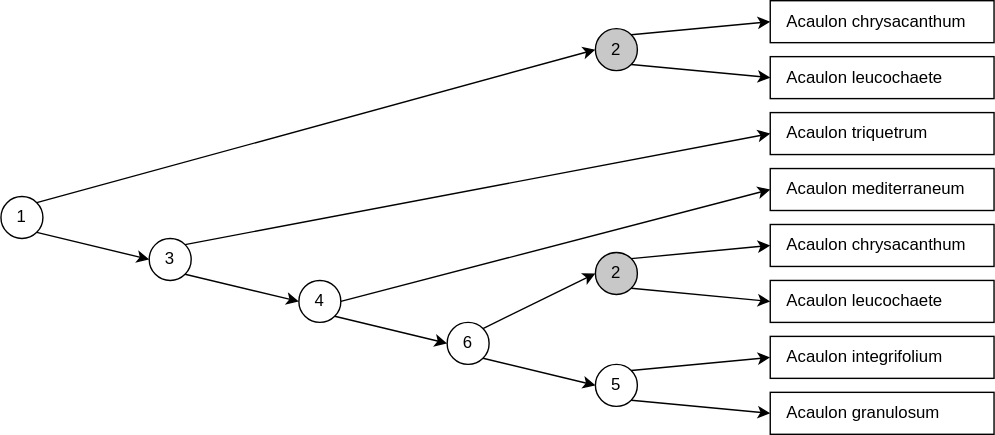
Above: docs/media/decision-tree-reticulation-resolved.drawio.svg in rbgvictoria/keybase_model (draw.io), before the change. Source tidied: cells renumbered, new cells last; positions are measured from the earlier drawing's top-left corner, leaving out a move shared by most shapes. The source it was exported from:
```xml
<mxGraphModel>
  <root>
    <mxCell id="0" />
    <mxCell id="1" parent="0" />
    <mxCell id="2" value="1" style="ellipse;whiteSpace=wrap;html=1;" parent="1" vertex="1">
      <mxGeometry y="140" width="30" height="30" as="geometry" />
    </mxCell>
    <mxCell id="3" value="Acaulon chrysacanthum" style="rounded=0;whiteSpace=wrap;html=1;align=left;spacingLeft=10;strokeColor=default;fillColor=none;" parent="1" vertex="1">
      <mxGeometry x="550" width="160" height="30" as="geometry" />
    </mxCell>
    <mxCell id="4" value="Acaulon leucochaete" style="rounded=0;whiteSpace=wrap;html=1;align=left;spacingLeft=10;strokeColor=default;fillColor=none;" parent="1" vertex="1">
      <mxGeometry x="550" y="40" width="160" height="30" as="geometry" />
    </mxCell>
    <mxCell id="5" value="Acaulon triquetrum" style="rounded=0;whiteSpace=wrap;html=1;align=left;spacingLeft=10;strokeColor=default;fillColor=none;" parent="1" vertex="1">
      <mxGeometry x="550" y="80" width="160" height="30" as="geometry" />
    </mxCell>
    <mxCell id="6" value="Acaulon mediterraneum" style="rounded=0;whiteSpace=wrap;html=1;align=left;spacingLeft=10;strokeColor=default;fillColor=none;" parent="1" vertex="1">
      <mxGeometry x="550" y="120" width="160" height="30" as="geometry" />
    </mxCell>
    <mxCell id="7" value="Acaulon integrifolium" style="rounded=0;whiteSpace=wrap;html=1;align=left;spacingLeft=10;strokeColor=default;fillColor=none;" parent="1" vertex="1">
      <mxGeometry x="550" y="240" width="160" height="30" as="geometry" />
    </mxCell>
    <mxCell id="8" value="Acaulon granulosum" style="rounded=0;whiteSpace=wrap;html=1;align=left;spacingLeft=10;strokeColor=default;fillColor=none;" parent="1" vertex="1">
      <mxGeometry x="550" y="280" width="160" height="30" as="geometry" />
    </mxCell>
    <mxCell id="9" value="2" style="ellipse;whiteSpace=wrap;html=1;fillColor=light-dark(#c8c8c8, #ededed);" parent="1" vertex="1">
      <mxGeometry x="425" y="20" width="30" height="30" as="geometry" />
    </mxCell>
    <mxCell id="10" value="3" style="ellipse;whiteSpace=wrap;html=1;" parent="1" vertex="1">
      <mxGeometry x="106" y="170" width="30" height="30" as="geometry" />
    </mxCell>
    <mxCell id="11" value="4" style="ellipse;whiteSpace=wrap;html=1;" parent="1" vertex="1">
      <mxGeometry x="213" y="200" width="30" height="30" as="geometry" />
    </mxCell>
    <mxCell id="12" value="5" style="ellipse;whiteSpace=wrap;html=1;" parent="1" vertex="1">
      <mxGeometry x="425" y="260" width="30" height="30" as="geometry" />
    </mxCell>
    <mxCell id="13" style="endArrow=classic;html=1;rounded=0;exitX=1;exitY=0;exitDx=0;exitDy=0;entryX=0;entryY=0.5;entryDx=0;entryDy=0;" parent="1" edge="1" source="9" target="3">
      <mxGeometry relative="1" as="geometry" />
    </mxCell>
    <mxCell id="14" style="endArrow=classic;html=1;rounded=0;exitX=1;exitY=0;exitDx=0;exitDy=0;entryX=0;entryY=0.5;entryDx=0;entryDy=0;" parent="1" edge="1" source="2" target="9">
      <mxGeometry relative="1" as="geometry" />
    </mxCell>
    <mxCell id="15" style="endArrow=classic;html=1;rounded=0;exitX=1;exitY=1;exitDx=0;exitDy=0;entryX=0;entryY=0.5;entryDx=0;entryDy=0;" parent="1" edge="1" source="2" target="10">
      <mxGeometry relative="1" as="geometry" />
    </mxCell>
    <mxCell id="16" style="endArrow=classic;html=1;rounded=0;exitX=1;exitY=1;exitDx=0;exitDy=0;entryX=0;entryY=0.5;entryDx=0;entryDy=0;" parent="1" edge="1" source="9" target="4">
      <mxGeometry relative="1" as="geometry" />
    </mxCell>
    <mxCell id="17" style="endArrow=classic;html=1;rounded=0;exitX=1;exitY=1;exitDx=0;exitDy=0;entryX=0;entryY=0.5;entryDx=0;entryDy=0;" parent="1" edge="1" source="10" target="11">
      <mxGeometry relative="1" as="geometry" />
    </mxCell>
    <mxCell id="18" style="endArrow=classic;html=1;rounded=0;exitX=1;exitY=0;exitDx=0;exitDy=0;entryX=0;entryY=0.5;entryDx=0;entryDy=0;" parent="1" edge="1" source="23" target="26">
      <mxGeometry relative="1" as="geometry" />
    </mxCell>
    <mxCell id="19" style="endArrow=classic;html=1;rounded=0;exitX=1;exitY=0;exitDx=0;exitDy=0;entryX=0;entryY=0.5;entryDx=0;entryDy=0;entryPerimeter=0;" parent="1" edge="1" source="10" target="5">
      <mxGeometry relative="1" as="geometry" />
    </mxCell>
    <mxCell id="20" style="endArrow=classic;html=1;rounded=0;exitX=1;exitY=1;exitDx=0;exitDy=0;entryX=0;entryY=0.5;entryDx=0;entryDy=0;" parent="1" edge="1" source="23" target="12">
      <mxGeometry relative="1" as="geometry" />
    </mxCell>
    <mxCell id="21" style="endArrow=classic;html=1;rounded=0;exitX=1;exitY=0;exitDx=0;exitDy=0;entryX=0;entryY=0.5;entryDx=0;entryDy=0;" parent="1" edge="1" source="12" target="7">
      <mxGeometry relative="1" as="geometry" />
    </mxCell>
    <mxCell id="22" style="endArrow=classic;html=1;rounded=0;exitX=1;exitY=1;exitDx=0;exitDy=0;entryX=0;entryY=0.5;entryDx=0;entryDy=0;" parent="1" edge="1" source="12" target="8">
      <mxGeometry relative="1" as="geometry" />
    </mxCell>
    <mxCell id="23" value="6" style="ellipse;whiteSpace=wrap;html=1;" parent="1" vertex="1">
      <mxGeometry x="319" y="230" width="30" height="30" as="geometry" />
    </mxCell>
    <mxCell id="24" style="endArrow=classic;html=1;rounded=0;exitX=1;exitY=1;exitDx=0;exitDy=0;entryX=0;entryY=0.5;entryDx=0;entryDy=0;" parent="1" edge="1" source="11" target="23">
      <mxGeometry relative="1" as="geometry" />
    </mxCell>
    <mxCell id="25" style="endArrow=classic;html=1;rounded=0;exitX=1;exitY=0.5;exitDx=0;exitDy=0;entryX=0;entryY=0.5;entryDx=0;entryDy=0;" parent="1" edge="1" source="11" target="6">
      <mxGeometry relative="1" as="geometry" />
    </mxCell>
    <mxCell id="26" value="2" style="ellipse;whiteSpace=wrap;html=1;fillColor=light-dark(#c8c8c8, #ededed);" parent="1" vertex="1">
      <mxGeometry x="425" y="180" width="30" height="30" as="geometry" />
    </mxCell>
    <mxCell id="27" value="Acaulon chrysacanthum" style="rounded=0;whiteSpace=wrap;html=1;align=left;spacingLeft=10;strokeColor=default;fillColor=none;" parent="1" vertex="1">
      <mxGeometry x="550" y="160" width="160" height="30" as="geometry" />
    </mxCell>
    <mxCell id="28" value="Acaulon leucochaete" style="rounded=0;whiteSpace=wrap;html=1;align=left;spacingLeft=10;strokeColor=default;fillColor=none;" parent="1" vertex="1">
      <mxGeometry x="550" y="200" width="160" height="30" as="geometry" />
    </mxCell>
    <mxCell id="29" style="endArrow=classic;html=1;rounded=0;exitX=1;exitY=1;exitDx=0;exitDy=0;entryX=0;entryY=0.5;entryDx=0;entryDy=0;" parent="1" edge="1" source="26" target="28">
      <mxGeometry relative="1" as="geometry" />
    </mxCell>
    <mxCell id="30" style="endArrow=classic;html=1;rounded=0;exitX=1;exitY=0;exitDx=0;exitDy=0;entryX=0;entryY=0.5;entryDx=0;entryDy=0;" parent="1" edge="1" source="26" target="27">
      <mxGeometry relative="1" as="geometry" />
    </mxCell>
  </root>
</mxGraphModel>
```
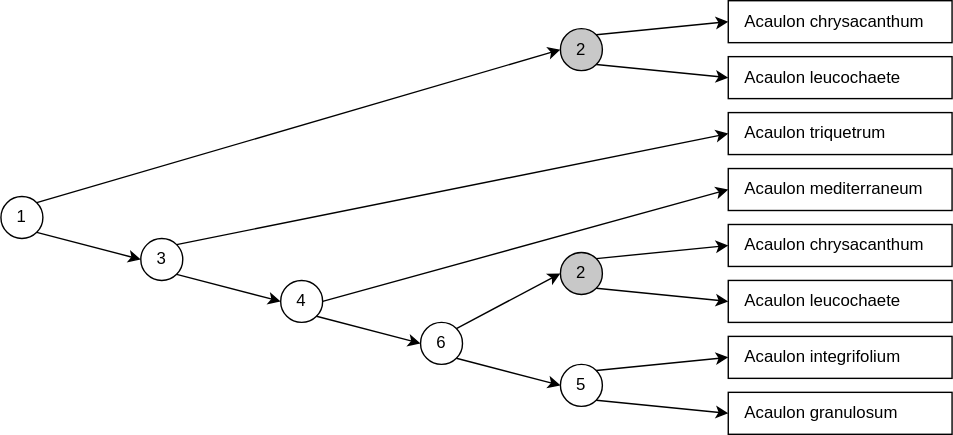
Above is the later version.

Commit message:
replace decision tree diagrams

The edit, as a diff of the source:
```diff
@@ -3,56 +3,56 @@
     <mxCell id="0" />
     <mxCell id="1" parent="0" />
     <mxCell id="2" value="1" style="ellipse;whiteSpace=wrap;html=1;" parent="1" vertex="1">
-      <mxGeometry y="140" width="30" height="30" as="geometry" />
+      <mxGeometry x="-790" y="250" width="30" height="30" as="geometry" />
     </mxCell>
-    <mxCell id="3" value="Acaulon chrysacanthum" style="rounded=0;whiteSpace=wrap;html=1;align=left;spacingLeft=10;strokeColor=default;fillColor=none;" parent="1" vertex="1">
-      <mxGeometry x="550" width="160" height="30" as="geometry" />
-    </mxCell>
-    <mxCell id="4" value="Acaulon leucochaete" style="rounded=0;whiteSpace=wrap;html=1;align=left;spacingLeft=10;strokeColor=default;fillColor=none;" parent="1" vertex="1">
-      <mxGeometry x="550" y="40" width="160" height="30" as="geometry" />
-    </mxCell>
+    <mxCell id="31" value="Acaulon chrysacanthum" style="rounded=0;whiteSpace=wrap;html=1;align=left;spacingLeft=10;strokeColor=default;fillColor=none;" parent="1" vertex="1">
+      <mxGeometry x="-270" y="110" width="160" height="30" as="geometry" />
+    </mxCell>
+    <mxCell id="32" value="Acaulon leucochaete" style="rounded=0;whiteSpace=wrap;html=1;align=left;spacingLeft=10;strokeColor=default;fillColor=none;" parent="1" vertex="1">
+      <mxGeometry x="-270" y="150" width="160" height="30" as="geometry" />
+    </mxCell>
     <mxCell id="5" value="Acaulon triquetrum" style="rounded=0;whiteSpace=wrap;html=1;align=left;spacingLeft=10;strokeColor=default;fillColor=none;" parent="1" vertex="1">
-      <mxGeometry x="550" y="80" width="160" height="30" as="geometry" />
+      <mxGeometry x="-270" y="190" width="160" height="30" as="geometry" />
     </mxCell>
     <mxCell id="6" value="Acaulon mediterraneum" style="rounded=0;whiteSpace=wrap;html=1;align=left;spacingLeft=10;strokeColor=default;fillColor=none;" parent="1" vertex="1">
-      <mxGeometry x="550" y="120" width="160" height="30" as="geometry" />
+      <mxGeometry x="-270" y="230" width="160" height="30" as="geometry" />
     </mxCell>
     <mxCell id="7" value="Acaulon integrifolium" style="rounded=0;whiteSpace=wrap;html=1;align=left;spacingLeft=10;strokeColor=default;fillColor=none;" parent="1" vertex="1">
-      <mxGeometry x="550" y="240" width="160" height="30" as="geometry" />
+      <mxGeometry x="-270" y="350" width="160" height="30" as="geometry" />
     </mxCell>
     <mxCell id="8" value="Acaulon granulosum" style="rounded=0;whiteSpace=wrap;html=1;align=left;spacingLeft=10;strokeColor=default;fillColor=none;" parent="1" vertex="1">
-      <mxGeometry x="550" y="280" width="160" height="30" as="geometry" />
+      <mxGeometry x="-270" y="390" width="160" height="30" as="geometry" />
     </mxCell>
-    <mxCell id="9" value="2" style="ellipse;whiteSpace=wrap;html=1;fillColor=light-dark(#c8c8c8, #ededed);" parent="1" vertex="1">
-      <mxGeometry x="425" y="20" width="30" height="30" as="geometry" />
-    </mxCell>
+    <mxCell id="33" value="2" style="ellipse;whiteSpace=wrap;html=1;fillColor=light-dark(#c8c8c8, #ededed);" parent="1" vertex="1">
+      <mxGeometry x="-390" y="130" width="30" height="30" as="geometry" />
+    </mxCell>
     <mxCell id="10" value="3" style="ellipse;whiteSpace=wrap;html=1;" parent="1" vertex="1">
-      <mxGeometry x="106" y="170" width="30" height="30" as="geometry" />
+      <mxGeometry x="-690" y="280" width="30" height="30" as="geometry" />
     </mxCell>
     <mxCell id="11" value="4" style="ellipse;whiteSpace=wrap;html=1;" parent="1" vertex="1">
-      <mxGeometry x="213" y="200" width="30" height="30" as="geometry" />
+      <mxGeometry x="-590" y="310" width="30" height="30" as="geometry" />
     </mxCell>
     <mxCell id="12" value="5" style="ellipse;whiteSpace=wrap;html=1;" parent="1" vertex="1">
-      <mxGeometry x="425" y="260" width="30" height="30" as="geometry" />
+      <mxGeometry x="-390" y="370" width="30" height="30" as="geometry" />
     </mxCell>
-    <mxCell id="13" style="endArrow=classic;html=1;rounded=0;exitX=1;exitY=0;exitDx=0;exitDy=0;entryX=0;entryY=0.5;entryDx=0;entryDy=0;" parent="1" edge="1" source="9" target="3">
-      <mxGeometry relative="1" as="geometry" />
-    </mxCell>
-    <mxCell id="14" style="endArrow=classic;html=1;rounded=0;exitX=1;exitY=0;exitDx=0;exitDy=0;entryX=0;entryY=0.5;entryDx=0;entryDy=0;" parent="1" edge="1" source="2" target="9">
-      <mxGeometry relative="1" as="geometry" />
-    </mxCell>
+    <mxCell id="34" style="endArrow=classic;html=1;rounded=0;exitX=1;exitY=0;exitDx=0;exitDy=0;entryX=0;entryY=0.5;entryDx=0;entryDy=0;" parent="1" edge="1" source="33" target="31">
+      <mxGeometry relative="1" as="geometry" />
+    </mxCell>
+    <mxCell id="35" style="endArrow=classic;html=1;rounded=0;exitX=1;exitY=0;exitDx=0;exitDy=0;entryX=0;entryY=0.5;entryDx=0;entryDy=0;" parent="1" edge="1" source="2" target="33">
+      <mxGeometry relative="1" as="geometry" />
+    </mxCell>
     <mxCell id="15" style="endArrow=classic;html=1;rounded=0;exitX=1;exitY=1;exitDx=0;exitDy=0;entryX=0;entryY=0.5;entryDx=0;entryDy=0;" parent="1" edge="1" source="2" target="10">
       <mxGeometry relative="1" as="geometry" />
     </mxCell>
-    <mxCell id="16" style="endArrow=classic;html=1;rounded=0;exitX=1;exitY=1;exitDx=0;exitDy=0;entryX=0;entryY=0.5;entryDx=0;entryDy=0;" parent="1" edge="1" source="9" target="4">
-      <mxGeometry relative="1" as="geometry" />
-    </mxCell>
+    <mxCell id="36" style="endArrow=classic;html=1;rounded=0;exitX=1;exitY=1;exitDx=0;exitDy=0;entryX=0;entryY=0.5;entryDx=0;entryDy=0;" parent="1" edge="1" source="33" target="32">
+      <mxGeometry relative="1" as="geometry" />
+    </mxCell>
     <mxCell id="17" style="endArrow=classic;html=1;rounded=0;exitX=1;exitY=1;exitDx=0;exitDy=0;entryX=0;entryY=0.5;entryDx=0;entryDy=0;" parent="1" edge="1" source="10" target="11">
       <mxGeometry relative="1" as="geometry" />
     </mxCell>
-    <mxCell id="18" style="endArrow=classic;html=1;rounded=0;exitX=1;exitY=0;exitDx=0;exitDy=0;entryX=0;entryY=0.5;entryDx=0;entryDy=0;" parent="1" edge="1" source="23" target="26">
-      <mxGeometry relative="1" as="geometry" />
-    </mxCell>
+    <mxCell id="37" style="endArrow=classic;html=1;rounded=0;exitX=1;exitY=0;exitDx=0;exitDy=0;entryX=0;entryY=0.5;entryDx=0;entryDy=0;" parent="1" edge="1" source="23" target="38">
+      <mxGeometry relative="1" as="geometry" />
+    </mxCell>
     <mxCell id="19" style="endArrow=classic;html=1;rounded=0;exitX=1;exitY=0;exitDx=0;exitDy=0;entryX=0;entryY=0.5;entryDx=0;entryDy=0;entryPerimeter=0;" parent="1" edge="1" source="10" target="5">
       <mxGeometry relative="1" as="geometry" />
     </mxCell>
@@ -66,7 +66,7 @@
       <mxGeometry relative="1" as="geometry" />
     </mxCell>
     <mxCell id="23" value="6" style="ellipse;whiteSpace=wrap;html=1;" parent="1" vertex="1">
-      <mxGeometry x="319" y="230" width="30" height="30" as="geometry" />
+      <mxGeometry x="-490" y="340" width="30" height="30" as="geometry" />
     </mxCell>
     <mxCell id="24" style="endArrow=classic;html=1;rounded=0;exitX=1;exitY=1;exitDx=0;exitDy=0;entryX=0;entryY=0.5;entryDx=0;entryDy=0;" parent="1" edge="1" source="11" target="23">
       <mxGeometry relative="1" as="geometry" />
@@ -74,20 +74,20 @@
     <mxCell id="25" style="endArrow=classic;html=1;rounded=0;exitX=1;exitY=0.5;exitDx=0;exitDy=0;entryX=0;entryY=0.5;entryDx=0;entryDy=0;" parent="1" edge="1" source="11" target="6">
       <mxGeometry relative="1" as="geometry" />
     </mxCell>
-    <mxCell id="26" value="2" style="ellipse;whiteSpace=wrap;html=1;fillColor=light-dark(#c8c8c8, #ededed);" parent="1" vertex="1">
-      <mxGeometry x="425" y="180" width="30" height="30" as="geometry" />
-    </mxCell>
-    <mxCell id="27" value="Acaulon chrysacanthum" style="rounded=0;whiteSpace=wrap;html=1;align=left;spacingLeft=10;strokeColor=default;fillColor=none;" parent="1" vertex="1">
-      <mxGeometry x="550" y="160" width="160" height="30" as="geometry" />
-    </mxCell>
-    <mxCell id="28" value="Acaulon leucochaete" style="rounded=0;whiteSpace=wrap;html=1;align=left;spacingLeft=10;strokeColor=default;fillColor=none;" parent="1" vertex="1">
-      <mxGeometry x="550" y="200" width="160" height="30" as="geometry" />
-    </mxCell>
-    <mxCell id="29" style="endArrow=classic;html=1;rounded=0;exitX=1;exitY=1;exitDx=0;exitDy=0;entryX=0;entryY=0.5;entryDx=0;entryDy=0;" parent="1" edge="1" source="26" target="28">
-      <mxGeometry relative="1" as="geometry" />
-    </mxCell>
-    <mxCell id="30" style="endArrow=classic;html=1;rounded=0;exitX=1;exitY=0;exitDx=0;exitDy=0;entryX=0;entryY=0.5;entryDx=0;entryDy=0;" parent="1" edge="1" source="26" target="27">
-      <mxGeometry relative="1" as="geometry" />
-    </mxCell>
+    <mxCell id="38" value="2" style="ellipse;whiteSpace=wrap;html=1;fillColor=light-dark(#c8c8c8, #ededed);" parent="1" vertex="1">
+      <mxGeometry x="-390" y="290" width="30" height="30" as="geometry" />
+    </mxCell>
+    <mxCell id="39" value="Acaulon chrysacanthum" style="rounded=0;whiteSpace=wrap;html=1;align=left;spacingLeft=10;strokeColor=default;fillColor=none;" parent="1" vertex="1">
+      <mxGeometry x="-270" y="270" width="160" height="30" as="geometry" />
+    </mxCell>
+    <mxCell id="40" value="Acaulon leucochaete" style="rounded=0;whiteSpace=wrap;html=1;align=left;spacingLeft=10;strokeColor=default;fillColor=none;" parent="1" vertex="1">
+      <mxGeometry x="-270" y="310" width="160" height="30" as="geometry" />
+    </mxCell>
+    <mxCell id="41" style="endArrow=classic;html=1;rounded=0;exitX=1;exitY=1;exitDx=0;exitDy=0;entryX=0;entryY=0.5;entryDx=0;entryDy=0;" parent="1" edge="1" source="38" target="40">
+      <mxGeometry relative="1" as="geometry" />
+    </mxCell>
+    <mxCell id="42" style="endArrow=classic;html=1;rounded=0;exitX=1;exitY=0;exitDx=0;exitDy=0;entryX=0;entryY=0.5;entryDx=0;entryDy=0;" parent="1" edge="1" source="38" target="39">
+      <mxGeometry relative="1" as="geometry" />
+    </mxCell>
   </root>
 </mxGraphModel>
```
